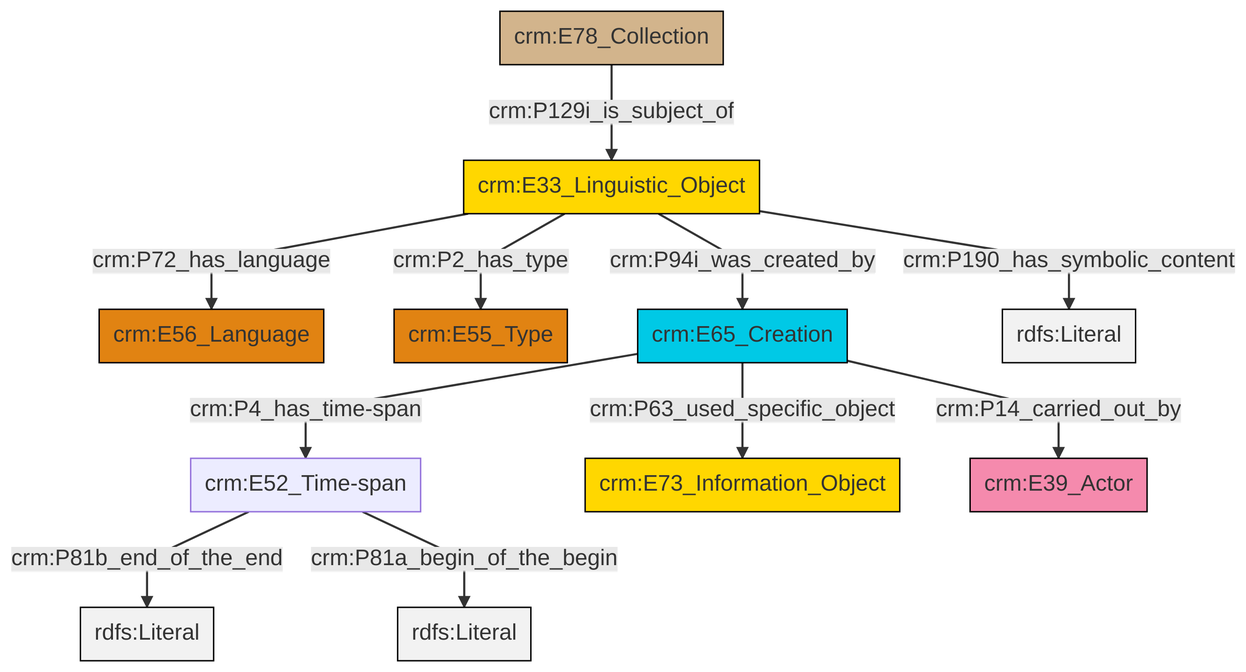
The Mermaid diagram et/archivalCSV/ttl/mmd/png/archival_desc.png in swiss-art-research-net/docs.swissartresearch, before a commit. Its source is kept beside it as et/archivalCSV/ttl/mmd/archival_desc.ttl.mmd.
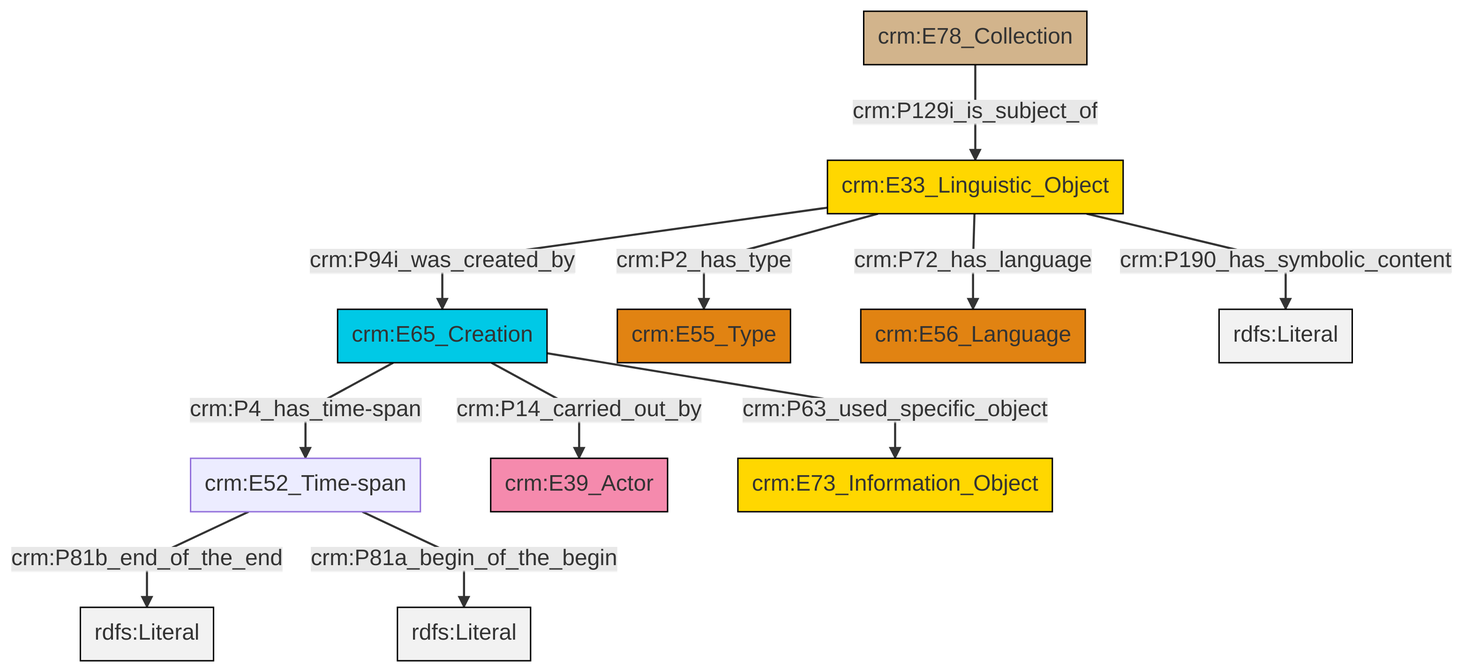
After the commit.

What changed in the source:
```diff
@@ -13,13 +13,13 @@
 classDef PC_Classes fill:#4ce600, stroke:#000000;
 classDef Multi fill:#cccccc,stroke:#000000;
 
-0["crm:E52_Time-span"]:::Default -->|crm:P81b_end_of_the_end| 1[rdfs:Literal]:::Literal
-2["crm:E33_Linguistic_Object"]:::Conceptual_Object -->|crm:P72_has_language| 3["crm:E56_Language"]:::Type
-2["crm:E33_Linguistic_Object"]:::Conceptual_Object -->|crm:P2_has_type| 7["crm:E55_Type"]:::Type
-8["crm:E65_Creation"]:::Temporal_Entity -->|crm:P4_has_time-span| 0["crm:E52_Time-span"]:::Default
-0["crm:E52_Time-span"]:::Default -->|crm:P81a_begin_of_the_begin| 17[rdfs:Literal]:::Literal
-8["crm:E65_Creation"]:::Temporal_Entity -->|crm:P14_carried_out_by| 11["crm:E39_Actor"]:::Actor
-2["crm:E33_Linguistic_Object"]:::Conceptual_Object -->|crm:P94i_was_created_by| 8["crm:E65_Creation"]:::Temporal_Entity
-8["crm:E65_Creation"]:::Temporal_Entity -->|crm:P63_used_specific_object| 4["crm:E73_Information_Object"]:::Conceptual_Object
-2["crm:E33_Linguistic_Object"]:::Conceptual_Object -->|crm:P190_has_symbolic_content| 18[rdfs:Literal]:::Literal
-15["crm:E78_Collection"]:::Physical_Thing -->|crm:P129i_is_subject_of| 2["crm:E33_Linguistic_Object"]:::Conceptual_Object
+0["crm:E65_Creation"]:::Temporal_Entity -->|crm:P4_has_time-span| 1["crm:E52_Time-span"]:::Default
+4["crm:E33_Linguistic_Object"]:::Conceptual_Object -->|crm:P72_has_language| 5["crm:E56_Language"]:::Type
+1["crm:E52_Time-span"]:::Default -->|crm:P81b_end_of_the_end| 6[rdfs:Literal]:::Literal
+1["crm:E52_Time-span"]:::Default -->|crm:P81a_begin_of_the_begin| 10[rdfs:Literal]:::Literal
+7["crm:E78_Collection"]:::Physical_Thing -->|crm:P129i_is_subject_of| 4["crm:E33_Linguistic_Object"]:::Conceptual_Object
+4["crm:E33_Linguistic_Object"]:::Conceptual_Object -->|crm:P94i_was_created_by| 0["crm:E65_Creation"]:::Temporal_Entity
+0["crm:E65_Creation"]:::Temporal_Entity -->|crm:P63_used_specific_object| 14["crm:E73_Information_Object"]:::Conceptual_Object
+0["crm:E65_Creation"]:::Temporal_Entity -->|crm:P14_carried_out_by| 11["crm:E39_Actor"]:::Actor
+4["crm:E33_Linguistic_Object"]:::Conceptual_Object -->|crm:P2_has_type| 2["crm:E55_Type"]:::Type
+4["crm:E33_Linguistic_Object"]:::Conceptual_Object -->|crm:P190_has_symbolic_content| 18[rdfs:Literal]:::Literal
```
